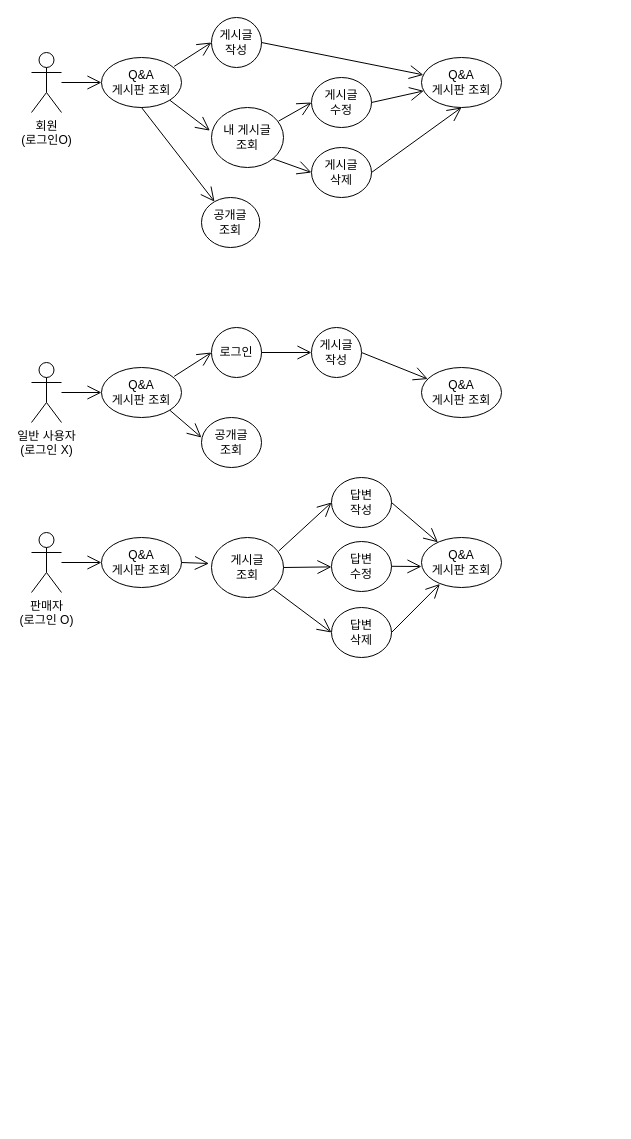
This is deliverables/use_case_diagram/qnaboard.drawio from catveloper365/project_qnaboard, a draw.io file, before an edit. Source tidied: cells renumbered, new cells numbered last; positions are measured from the earlier drawing's top-left corner, leaving out a move shared by most shapes. Both pictures are drawn from the tidied source at 100%, with x=0, y=0 at pixel (31, 17).
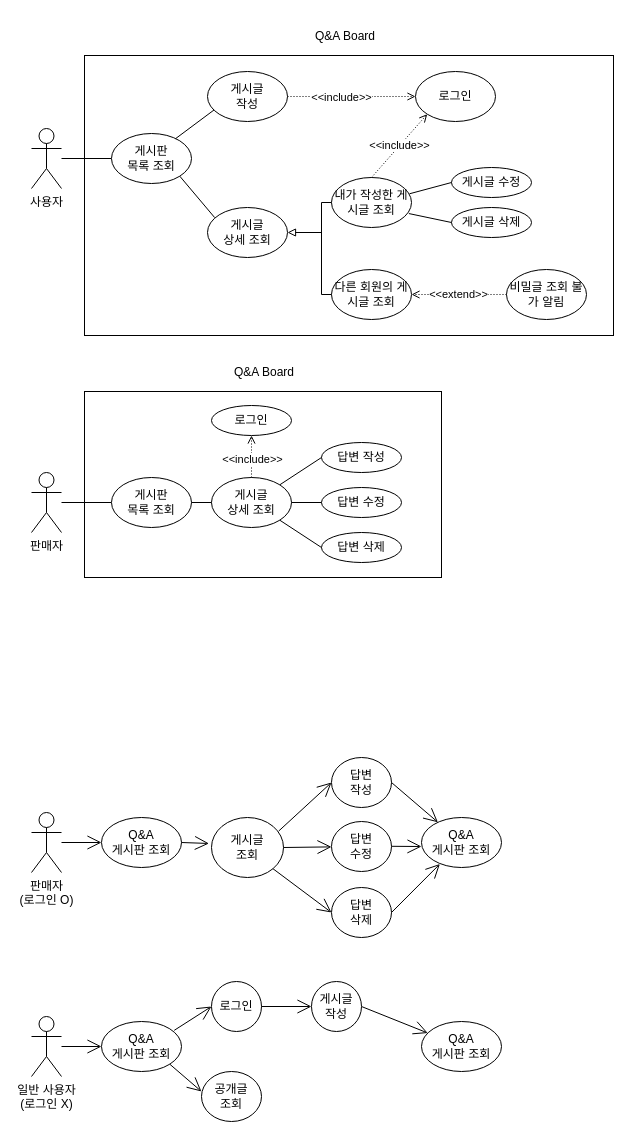
Above is the later version.

Commit message:
Docs: 사용자 usecase 보완

Related to: #3

What changed in the source:
```diff
@@
+    <mxCell id="45" style="rounded=0;whiteSpace=wrap;html=1;fillColor=none;" parent="1" vertex="1">
+      <mxGeometry x="53" y="38" width="529" height="280" as="geometry" />
+    </mxCell>
-    <mxCell id="2" value="회원&lt;br&gt;(로그인O)" style="shape=umlActor;verticalLabelPosition=bottom;verticalAlign=top;html=1;" parent="1" vertex="1">
-      <mxGeometry y="35" width="30" height="60" as="geometry" />
+    <mxCell id="2" value="사용자" style="shape=umlActor;verticalLabelPosition=bottom;verticalAlign=top;html=1;" parent="1" vertex="1">
+      <mxGeometry y="111" width="30" height="60" as="geometry" />
     </mxCell>
-    <mxCell id="3" value="Q&amp;amp;A&lt;br&gt;게시판 조회" style="ellipse;whiteSpace=wrap;html=1;" parent="1" vertex="1">
-      <mxGeometry x="70" y="40" width="80" height="50" as="geometry" />
-    </mxCell>
-    <mxCell id="4" value="게시글&lt;br&gt;작성" style="ellipse;whiteSpace=wrap;html=1;" parent="1" vertex="1">
-      <mxGeometry x="180" width="50" height="50" as="geometry" />
-    </mxCell>
-    <mxCell id="5" value="게시글 &lt;br&gt;수정" style="ellipse;whiteSpace=wrap;html=1;" parent="1" vertex="1">
-      <mxGeometry x="280" y="60" width="60" height="50" as="geometry" />
-    </mxCell>
-    <mxCell id="6" value="내 게시글&lt;br&gt;조회" style="ellipse;whiteSpace=wrap;html=1;" parent="1" vertex="1">
-      <mxGeometry x="180" y="90" width="72" height="60" as="geometry" />
-    </mxCell>
-    <mxCell id="7" value="게시글&lt;br&gt;삭제" style="ellipse;whiteSpace=wrap;html=1;" parent="1" vertex="1">
-      <mxGeometry x="280" y="130" width="60" height="50" as="geometry" />
-    </mxCell>
-    <mxCell id="8" value="Q&amp;amp;A&lt;br&gt;게시판 조회" style="ellipse;whiteSpace=wrap;html=1;" parent="1" vertex="1">
-      <mxGeometry x="390" y="40" width="80" height="50" as="geometry" />
-    </mxCell>
-    <mxCell id="9" style="endArrow=open;endFill=1;endSize=12;html=1;rounded=0;" parent="1" edge="1" source="2" target="3">
+    <mxCell id="9" style="endArrow=none;endFill=0;endSize=12;html=1;rounded=0;startArrow=none;startFill=0;" parent="1" edge="1" source="2" target="3">
       <mxGeometry relative="1" as="geometry" />
     </mxCell>
-    <mxCell id="10" style="endArrow=open;endFill=1;endSize=12;html=1;rounded=0;exitX=0.909;exitY=0.177;exitDx=0;exitDy=0;entryX=0;entryY=0.5;entryDx=0;entryDy=0;exitPerimeter=0;" parent="1" edge="1" source="3" target="4">
-      <mxGeometry relative="1" as="geometry" />
-    </mxCell>
-    <mxCell id="11" style="endArrow=open;endFill=1;endSize=12;html=1;rounded=0;exitX=1;exitY=1;exitDx=0;exitDy=0;entryX=-0.022;entryY=0.386;entryDx=0;entryDy=0;entryPerimeter=0;" parent="1" edge="1" source="3" target="6">
-      <mxGeometry relative="1" as="geometry" />
-    </mxCell>
-    <mxCell id="12" style="endArrow=open;endFill=1;endSize=12;html=1;rounded=0;exitX=1;exitY=0.5;exitDx=0;exitDy=0;" parent="1" edge="1" source="4" target="8">
-      <mxGeometry relative="1" as="geometry" />
-    </mxCell>
-    <mxCell id="13" style="endArrow=open;endFill=1;endSize=12;html=1;rounded=0;exitX=0.934;exitY=0.225;exitDx=0;exitDy=0;entryX=0;entryY=0.5;entryDx=0;entryDy=0;exitPerimeter=0;" parent="1" edge="1" source="6" target="5">
-      <mxGeometry relative="1" as="geometry" />
-    </mxCell>
-    <mxCell id="14" style="endArrow=open;endFill=1;endSize=12;html=1;rounded=0;exitX=1;exitY=1;exitDx=0;exitDy=0;entryX=0;entryY=0.5;entryDx=0;entryDy=0;" parent="1" edge="1" source="6" target="7">
-      <mxGeometry relative="1" as="geometry" />
-    </mxCell>
-    <mxCell id="15" style="endArrow=open;endFill=1;endSize=12;html=1;rounded=0;exitX=1;exitY=0.5;exitDx=0;exitDy=0;" parent="1" edge="1" source="5" target="8">
-      <mxGeometry relative="1" as="geometry" />
-    </mxCell>
-    <mxCell id="16" style="endArrow=open;endFill=1;endSize=12;html=1;rounded=0;exitX=1;exitY=0.5;exitDx=0;exitDy=0;entryX=0.5;entryY=1;entryDx=0;entryDy=0;" parent="1" edge="1" source="7" target="8">
-      <mxGeometry relative="1" as="geometry" />
-    </mxCell>
     <mxCell id="17" value="일반 사용자&lt;br&gt;(로그인 X)" style="shape=umlActor;verticalLabelPosition=bottom;verticalAlign=top;html=1;" parent="1" vertex="1">
-      <mxGeometry y="345" width="30" height="60" as="geometry" />
+      <mxGeometry y="999" width="30" height="60" as="geometry" />
     </mxCell>
     <mxCell id="18" value="Q&amp;amp;A&lt;br&gt;게시판 조회" style="ellipse;whiteSpace=wrap;html=1;" parent="1" vertex="1">
-      <mxGeometry x="70" y="350" width="80" height="50" as="geometry" />
+      <mxGeometry x="70" y="1004" width="80" height="50" as="geometry" />
     </mxCell>
     <mxCell id="19" value="로그인" style="ellipse;whiteSpace=wrap;html=1;" parent="1" vertex="1">
-      <mxGeometry x="180" y="310" width="50" height="50" as="geometry" />
+      <mxGeometry x="180" y="964" width="50" height="50" as="geometry" />
     </mxCell>
     <mxCell id="20" value="공개글&lt;br&gt;조회" style="ellipse;whiteSpace=wrap;html=1;" parent="1" vertex="1">
-      <mxGeometry x="170" y="400" width="60" height="50" as="geometry" />
+      <mxGeometry x="170" y="1054" width="60" height="50" as="geometry" />
     </mxCell>
     <mxCell id="21" value="Q&amp;amp;A&lt;br&gt;게시판 조회" style="ellipse;whiteSpace=wrap;html=1;" parent="1" vertex="1">
-      <mxGeometry x="390" y="350" width="80" height="50" as="geometry" />
+      <mxGeometry x="390" y="1004" width="80" height="50" as="geometry" />
     </mxCell>
@@
     <mxCell id="26" value="게시글&lt;br&gt;작성" style="ellipse;whiteSpace=wrap;html=1;" parent="1" vertex="1">
-      <mxGeometry x="280" y="310" width="50" height="50" as="geometry" />
+      <mxGeometry x="280" y="964" width="50" height="50" as="geometry" />
     </mxCell>
@@
-    <mxCell id="28" value="공개글 &lt;br&gt;조회" style="ellipse;whiteSpace=wrap;html=1;" parent="1" vertex="1">
-      <mxGeometry x="170" y="180" width="58.3" height="50" as="geometry" />
-    </mxCell>
-    <mxCell id="29" style="endArrow=open;endFill=1;endSize=12;html=1;rounded=0;exitX=0.5;exitY=1;exitDx=0;exitDy=0;" parent="1" edge="1" source="3" target="28">
-      <mxGeometry relative="1" as="geometry" />
-    </mxCell>
     <mxCell id="30" value="판매자&lt;br&gt;(로그인 O)" style="shape=umlActor;verticalLabelPosition=bottom;verticalAlign=top;html=1;" parent="1" vertex="1">
-      <mxGeometry y="515" width="30" height="60" as="geometry" />
+      <mxGeometry y="795" width="30" height="60" as="geometry" />
     </mxCell>
     <mxCell id="31" value="Q&amp;amp;A&lt;br&gt;게시판 조회" style="ellipse;whiteSpace=wrap;html=1;" parent="1" vertex="1">
-      <mxGeometry x="70" y="520" width="80" height="50" as="geometry" />
+      <mxGeometry x="70" y="800" width="80" height="50" as="geometry" />
     </mxCell>
     <mxCell id="32" value="답변 &lt;br&gt;작성" style="ellipse;whiteSpace=wrap;html=1;" parent="1" vertex="1">
-      <mxGeometry x="300" y="460" width="60" height="50" as="geometry" />
+      <mxGeometry x="300" y="740" width="60" height="50" as="geometry" />
     </mxCell>
     <mxCell id="33" value="게시글 &lt;br&gt;조회" style="ellipse;whiteSpace=wrap;html=1;" parent="1" vertex="1">
-      <mxGeometry x="180" y="520" width="72" height="60" as="geometry" />
+      <mxGeometry x="180" y="800" width="72" height="60" as="geometry" />
     </mxCell>
     <mxCell id="34" value="답변&lt;br&gt;삭제" style="ellipse;whiteSpace=wrap;html=1;" parent="1" vertex="1">
-      <mxGeometry x="300" y="590" width="60" height="50" as="geometry" />
+      <mxGeometry x="300" y="870" width="60" height="50" as="geometry" />
     </mxCell>
     <mxCell id="35" value="Q&amp;amp;A&lt;br&gt;게시판 조회" style="ellipse;whiteSpace=wrap;html=1;" parent="1" vertex="1">
-      <mxGeometry x="390" y="520" width="80" height="50" as="geometry" />
+      <mxGeometry x="390" y="800" width="80" height="50" as="geometry" />
     </mxCell>
@@
     <mxCell id="42" value="답변 &lt;br&gt;수정" style="ellipse;whiteSpace=wrap;html=1;" parent="1" vertex="1">
-      <mxGeometry x="300" y="524" width="60" height="50" as="geometry" />
+      <mxGeometry x="300" y="804" width="60" height="50" as="geometry" />
     </mxCell>
@@
     <mxCell id="44" style="endArrow=open;endFill=1;endSize=12;html=1;rounded=0;" parent="1" edge="1">
       <mxGeometry relative="1" as="geometry">
-        <mxPoint x="360" y="548.8" as="sourcePoint" />
-        <mxPoint x="390" y="549" as="targetPoint" />
+        <mxPoint x="360" y="828.8" as="sourcePoint" />
+        <mxPoint x="390" y="829" as="targetPoint" />
       </mxGeometry>
     </mxCell>
+    <mxCell id="46" value="Q&amp;amp;A Board" style="text;strokeColor=none;fillColor=none;align=left;verticalAlign=middle;spacingLeft=4;spacingRight=4;overflow=hidden;whiteSpace=wrap;html=1;" parent="1" vertex="1">
+      <mxGeometry x="277.5" y="4" width="80" height="30" as="geometry" />
+    </mxCell>
+    <mxCell id="47" style="group;" parent="1" vertex="1">
+      <mxGeometry x="80" y="54" width="475" height="248" as="geometry" />
+    </mxCell>
+    <mxCell id="3" value="게시판 &lt;br&gt;목록 조회" style="ellipse;whiteSpace=wrap;html=1;" parent="47" vertex="1">
+      <mxGeometry y="62" width="80" height="50" as="geometry" />
+    </mxCell>
+    <mxCell id="4" value="게시글&lt;br&gt;작성" style="ellipse;whiteSpace=wrap;html=1;" parent="47" vertex="1">
+      <mxGeometry x="96" width="80" height="50" as="geometry" />
+    </mxCell>
+    <mxCell id="5" value="게시글 수정" style="ellipse;whiteSpace=wrap;html=1;" parent="47" vertex="1">
+      <mxGeometry x="340" y="96" width="80" height="30" as="geometry" />
+    </mxCell>
+    <mxCell id="6" value="게시글 &lt;br&gt;상세 조회" style="ellipse;whiteSpace=wrap;html=1;" parent="47" vertex="1">
+      <mxGeometry x="96" y="136" width="80" height="50" as="geometry" />
+    </mxCell>
+    <mxCell id="7" value="게시글 삭제" style="ellipse;whiteSpace=wrap;html=1;" parent="47" vertex="1">
+      <mxGeometry x="340" y="136" width="80" height="30" as="geometry" />
+    </mxCell>
+    <mxCell id="10" style="endArrow=none;endFill=0;endSize=12;html=1;rounded=0;exitX=0.8;exitY=0.104;exitDx=0;exitDy=0;entryX=0.083;entryY=0.768;entryDx=0;entryDy=0;exitPerimeter=0;entryPerimeter=0;" parent="47" edge="1" source="3" target="4">
+      <mxGeometry relative="1" as="geometry" />
+    </mxCell>
+    <mxCell id="11" style="endArrow=none;endFill=0;endSize=12;html=1;rounded=0;exitX=1;exitY=1;exitDx=0;exitDy=0;entryX=0.09;entryY=0.202;entryDx=0;entryDy=0;entryPerimeter=0;" parent="47" edge="1" source="3" target="6">
+      <mxGeometry relative="1" as="geometry" />
+    </mxCell>
+    <mxCell id="48" value="로그인" style="ellipse;whiteSpace=wrap;html=1;" parent="47" vertex="1">
+      <mxGeometry x="304" width="80" height="50" as="geometry" />
+    </mxCell>
+    <mxCell id="49" value="&amp;lt;&amp;lt;include&amp;gt;&amp;gt;" style="rounded=0;jettySize=auto;html=1;exitX=1;exitY=0.5;exitDx=0;exitDy=0;dashed=1;dashPattern=1 2;endArrow=open;endFill=0;entryX=0;entryY=0.5;entryDx=0;entryDy=0;" parent="47" edge="1" source="4" target="48">
+      <mxGeometry x="-0.16" y="-1" relative="1" as="geometry" />
+    </mxCell>
+    <mxCell id="50" style="edgeStyle=orthogonalEdgeStyle;rounded=0;orthogonalLoop=1;jettySize=auto;html=1;exitX=0.5;exitY=1;exitDx=0;exitDy=0;" parent="47" edge="1" source="6" target="6">
+      <mxGeometry relative="1" as="geometry" />
+    </mxCell>
+    <mxCell id="51" value="비밀글 조회 불가 알림" style="ellipse;whiteSpace=wrap;html=1;" parent="47" vertex="1">
+      <mxGeometry x="395" y="198" width="80" height="50" as="geometry" />
+    </mxCell>
+    <mxCell id="52" value="내가 작성한 게시글 조회" style="ellipse;whiteSpace=wrap;html=1;" parent="47" vertex="1">
+      <mxGeometry x="220" y="106" width="80" height="50" as="geometry" />
+    </mxCell>
+    <mxCell id="53" value="다른 회원의 게시글 조회" style="ellipse;whiteSpace=wrap;html=1;" parent="47" vertex="1">
+      <mxGeometry x="220" y="198" width="80" height="50" as="geometry" />
+    </mxCell>
+    <mxCell id="54" style="endArrow=none;html=1;rounded=0;exitX=0;exitY=0.5;exitDx=0;exitDy=0;edgeStyle=orthogonalEdgeStyle;entryX=0;entryY=0.5;entryDx=0;entryDy=0;" parent="47" edge="1" source="52" target="53">
+      <mxGeometry relative="1" as="geometry">
+        <Array as="points">
+          <mxPoint x="210" y="131" />
+          <mxPoint x="210" y="223" />
+        </Array>
+      </mxGeometry>
+    </mxCell>
+    <mxCell id="55" style="endArrow=block;html=1;rounded=0;entryX=1;entryY=0.5;entryDx=0;entryDy=0;endFill=0;" parent="47" edge="1" target="6">
+      <mxGeometry relative="1" as="geometry">
+        <mxPoint x="210" y="161" as="sourcePoint" />
+      </mxGeometry>
+    </mxCell>
+    <mxCell id="56" value="&amp;lt;&amp;lt;include&amp;gt;&amp;gt;" style="rounded=0;jettySize=auto;html=1;exitX=0.5;exitY=0;exitDx=0;exitDy=0;dashed=1;dashPattern=1 2;endArrow=open;endFill=0;entryX=0;entryY=1;entryDx=0;entryDy=0;" parent="47" edge="1" source="52" target="48">
+      <mxGeometry relative="1" as="geometry" />
+    </mxCell>
+    <mxCell id="57" style="endArrow=none;html=1;rounded=0;entryX=0;entryY=0.5;entryDx=0;entryDy=0;exitX=0.976;exitY=0.325;exitDx=0;exitDy=0;exitPerimeter=0;" parent="47" edge="1" source="52" target="5">
+      <mxGeometry relative="1" as="geometry" />
+    </mxCell>
+    <mxCell id="58" style="endArrow=none;html=1;rounded=0;entryX=0;entryY=0.5;entryDx=0;entryDy=0;exitX=0.967;exitY=0.721;exitDx=0;exitDy=0;exitPerimeter=0;" parent="47" edge="1" source="52" target="7">
+      <mxGeometry relative="1" as="geometry" />
+    </mxCell>
+    <mxCell id="59" value="&amp;lt;&amp;lt;extend&amp;gt;&amp;gt;" style="rounded=0;jettySize=auto;html=1;exitX=0;exitY=0.5;exitDx=0;exitDy=0;dashed=1;dashPattern=1 2;endArrow=open;endFill=0;entryX=1;entryY=0.5;entryDx=0;entryDy=0;" parent="47" edge="1" source="51" target="53">
+      <mxGeometry relative="1" as="geometry" />
+    </mxCell>
+    <mxCell id="60" style="rounded=0;whiteSpace=wrap;html=1;fillColor=none;" parent="1" vertex="1">
+      <mxGeometry x="53" y="374" width="357" height="186" as="geometry" />
+    </mxCell>
+    <mxCell id="61" value="판매자" style="shape=umlActor;verticalLabelPosition=bottom;verticalAlign=top;html=1;" parent="1" vertex="1">
+      <mxGeometry y="455" width="30" height="60" as="geometry" />
+    </mxCell>
+    <mxCell id="62" style="endArrow=none;endFill=0;endSize=12;html=1;rounded=0;startArrow=none;startFill=0;" parent="1" edge="1" source="61" target="64">
+      <mxGeometry relative="1" as="geometry" />
+    </mxCell>
+    <mxCell id="63" value="Q&amp;amp;A Board" style="text;strokeColor=none;fillColor=none;align=left;verticalAlign=middle;spacingLeft=4;spacingRight=4;overflow=hidden;whiteSpace=wrap;html=1;" parent="1" vertex="1">
+      <mxGeometry x="196.5" y="340" width="80" height="30" as="geometry" />
+    </mxCell>
+    <mxCell id="64" value="게시판 &lt;br&gt;목록 조회" style="ellipse;whiteSpace=wrap;html=1;" parent="1" vertex="1">
+      <mxGeometry x="80" y="460" width="80" height="50" as="geometry" />
+    </mxCell>
+    <mxCell id="65" value="게시글 &lt;br&gt;상세 조회" style="ellipse;whiteSpace=wrap;html=1;" parent="1" vertex="1">
+      <mxGeometry x="180" y="460" width="80" height="50" as="geometry" />
+    </mxCell>
+    <mxCell id="66" style="endArrow=none;endFill=0;endSize=12;html=1;rounded=0;exitX=1;exitY=0.5;exitDx=0;exitDy=0;entryX=0;entryY=0.5;entryDx=0;entryDy=0;" parent="1" edge="1" source="64" target="65">
+      <mxGeometry relative="1" as="geometry" />
+    </mxCell>
+    <mxCell id="67" value="로그인" style="ellipse;whiteSpace=wrap;html=1;" parent="1" vertex="1">
+      <mxGeometry x="180" y="388" width="80" height="30" as="geometry" />
+    </mxCell>
+    <mxCell id="68" value="&amp;lt;&amp;lt;include&amp;gt;&amp;gt;" style="rounded=0;jettySize=auto;html=1;exitX=0.5;exitY=0;exitDx=0;exitDy=0;dashed=1;dashPattern=1 2;endArrow=open;endFill=0;entryX=0.5;entryY=1;entryDx=0;entryDy=0;" parent="1" edge="1" source="65" target="67">
+      <mxGeometry x="-0.16" y="-1" relative="1" as="geometry" />
+    </mxCell>
+    <mxCell id="69" style="edgeStyle=orthogonalEdgeStyle;rounded=0;orthogonalLoop=1;jettySize=auto;html=1;exitX=0.5;exitY=1;exitDx=0;exitDy=0;" parent="1" edge="1" source="65" target="65">
+      <mxGeometry relative="1" as="geometry" />
+    </mxCell>
+    <mxCell id="70" value="답변 작성" style="ellipse;whiteSpace=wrap;html=1;" parent="1" vertex="1">
+      <mxGeometry x="290" y="425" width="80" height="30" as="geometry" />
+    </mxCell>
+    <mxCell id="71" value="답변 수정" style="ellipse;whiteSpace=wrap;html=1;" parent="1" vertex="1">
+      <mxGeometry x="290" y="470" width="80" height="30" as="geometry" />
+    </mxCell>
+    <mxCell id="72" value="답변 삭제" style="ellipse;whiteSpace=wrap;html=1;" parent="1" vertex="1">
+      <mxGeometry x="290" y="515" width="80" height="30" as="geometry" />
+    </mxCell>
+    <mxCell id="73" style="endArrow=none;html=1;rounded=0;exitX=1;exitY=0;exitDx=0;exitDy=0;entryX=0;entryY=0.5;entryDx=0;entryDy=0;" parent="1" edge="1" source="65" target="70">
+      <mxGeometry relative="1" as="geometry" />
+    </mxCell>
+    <mxCell id="74" style="endArrow=none;html=1;rounded=0;exitX=1;exitY=0.5;exitDx=0;exitDy=0;entryX=0;entryY=0.5;entryDx=0;entryDy=0;" parent="1" edge="1" source="65" target="71">
+      <mxGeometry relative="1" as="geometry" />
+    </mxCell>
+    <mxCell id="75" style="endArrow=none;html=1;rounded=0;exitX=1;exitY=1;exitDx=0;exitDy=0;entryX=0;entryY=0.5;entryDx=0;entryDy=0;" parent="1" edge="1" source="65" target="72">
+      <mxGeometry relative="1" as="geometry" />
+    </mxCell>
```
